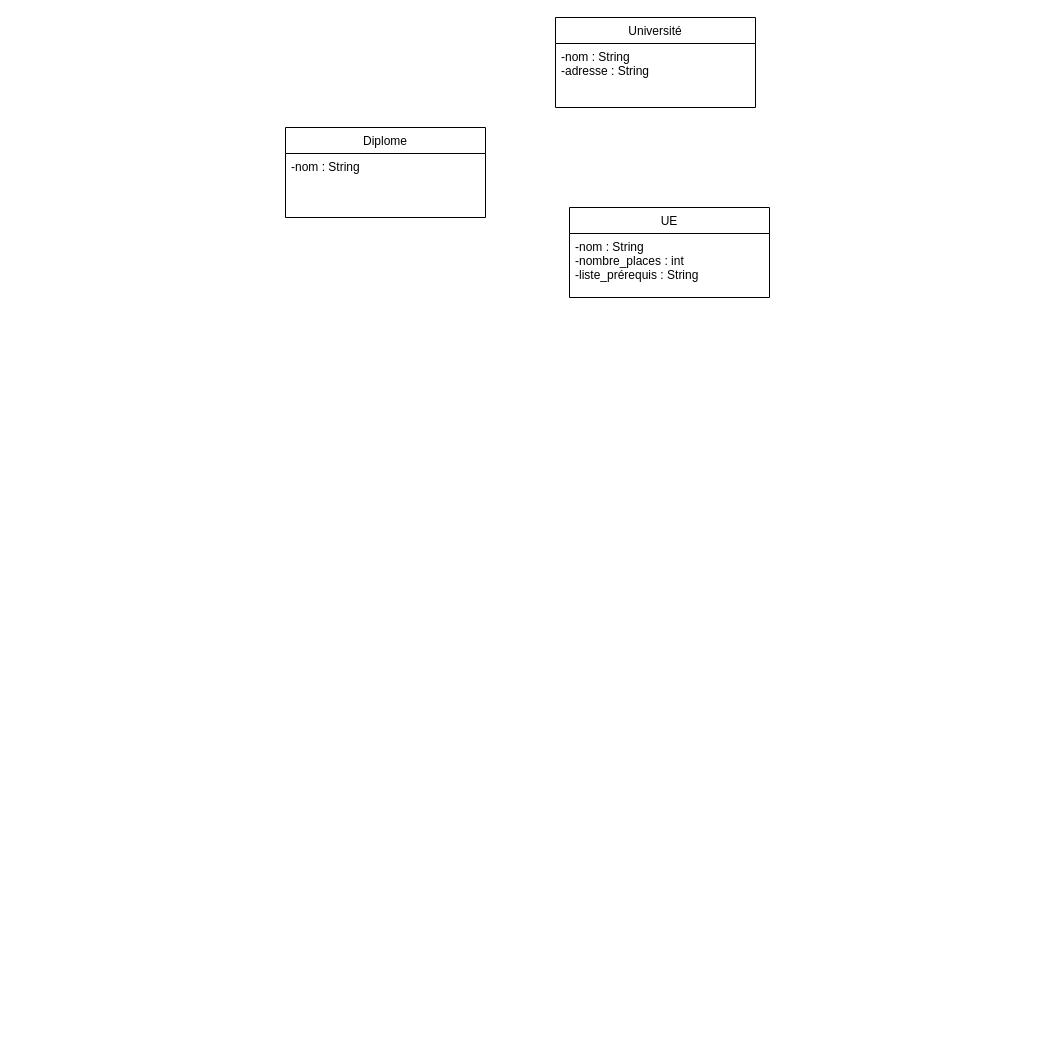
The draw.io diagram TD3_EXO2_conception.drawio in NicolasRbls/Diagramme, before the edit. Source tidied: cells renumbered, new cells numbered last; positions are measured from the earlier drawing's top-left corner, leaving out a move shared by most shapes. Both pictures are drawn from the tidied source at 100%, with x=0, y=0 at pixel (285, 17).
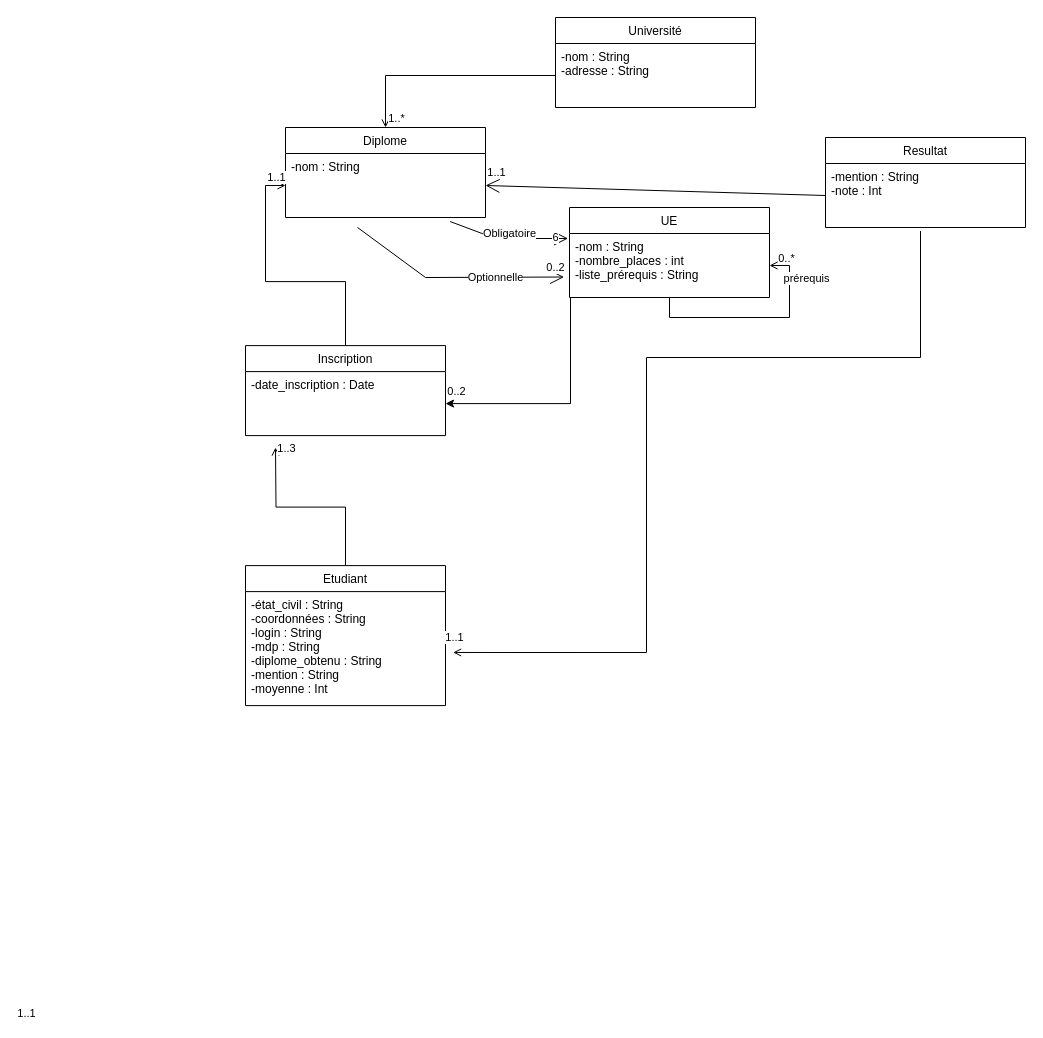
Above is the later version.

Commit message (it also covers changes not shown here):
Mettre à jour TD3_EXO2_conception.drawio

The change refers to these unchanged cells:
```xml
<mxCell id="2" value="UE" style="swimlane;fontStyle=0;align=center;verticalAlign=top;horizontal=1;startSize=26;rounded=0;shadow=0;strokeWidth=1;" parent="1" vertex="1">
  <mxGeometry x="284" y="190" width="200" height="90" as="geometry" />
</mxCell>
<mxCell id="3" value="-nom : String&#10;-nombre_places : int&#10;-liste_prérequis : String" style="text;align=left;verticalAlign=top;spacingLeft=4;spacingRight=4;overflow=hidden;points=[[0,0.5],[1,0.5]];portConstraint=eastwest;" parent="2" vertex="1">
  <mxGeometry y="26" width="200" height="64" as="geometry" />
</mxCell>
<mxCell id="5" value="-nom : String&#10;-adresse : String " style="text;align=left;verticalAlign=top;spacingLeft=4;spacingRight=4;overflow=hidden;points=[[0,0.5],[1,0.5]];portConstraint=eastwest;" parent="4" vertex="1">
  <mxGeometry y="26" width="200" height="64" as="geometry" />
</mxCell>
<mxCell id="6" value="Diplome" style="swimlane;fontStyle=0;align=center;verticalAlign=top;horizontal=1;startSize=26;rounded=0;shadow=0;strokeWidth=1;" parent="1" vertex="1">
  <mxGeometry y="110" width="200" height="90" as="geometry" />
</mxCell>
<mxCell id="7" value="-nom : String" style="text;align=left;verticalAlign=top;spacingLeft=4;spacingRight=4;overflow=hidden;points=[[0,0.5],[1,0.5]];portConstraint=eastwest;" parent="6" vertex="1">
  <mxGeometry y="26" width="200" height="64" as="geometry" />
</mxCell>
```

Change to the diagram source:
```diff
@@
+    <mxCell id="8" style="edgeStyle=orthogonalEdgeStyle;rounded=0;jettySize=auto;html=1;entryX=1;entryY=0.5;entryDx=0;entryDy=0;exitX=0.005;exitY=1;exitDx=0;exitDy=0;exitPerimeter=0;" parent="1" edge="1" source="3" target="20">
+      <mxGeometry relative="1" as="geometry" />
+    </mxCell>
+    <mxCell id="9" value="0..2" style="edgeLabel;html=1;align=center;verticalAlign=middle;" parent="8" vertex="1">
+      <mxGeometry x="0.41" y="-1" relative="1" as="geometry">
+        <mxPoint x="-58" y="-12" as="offset" />
+      </mxGeometry>
+    </mxCell>
@@
+    <mxCell id="10" style="edgeStyle=orthogonalEdgeStyle;rounded=0;jettySize=auto;html=1;entryX=1;entryY=0.5;entryDx=0;entryDy=0;endArrow=open;endFill=0;" parent="2" edge="1" source="2" target="3">
+      <mxGeometry relative="1" as="geometry" />
+    </mxCell>
+    <mxCell id="11" value="prérequis" style="edgeLabel;html=1;align=center;verticalAlign=middle;" parent="10" vertex="1">
+      <mxGeometry x="0.38" y="3" relative="1" as="geometry">
+        <mxPoint x="19" y="-34" as="offset" />
+      </mxGeometry>
+    </mxCell>
+    <mxCell id="12" value="0..*" style="edgeLabel;html=1;align=center;verticalAlign=middle;" parent="10" vertex="1">
+      <mxGeometry x="0.64" y="-3" relative="1" as="geometry">
+        <mxPoint x="-7" y="-26" as="offset" />
+      </mxGeometry>
+    </mxCell>
@@
+    <mxCell id="13" style="edgeStyle=orthogonalEdgeStyle;rounded=0;jettySize=auto;html=1;endArrow=open;endFill=0;" parent="1" edge="1" source="15">
+      <mxGeometry relative="1" as="geometry">
+        <mxPoint x="-10" y="430" as="targetPoint" />
+      </mxGeometry>
+    </mxCell>
+    <mxCell id="14" value="1..3" style="edgeLabel;html=1;align=center;verticalAlign=middle;" parent="13" vertex="1">
+      <mxGeometry x="0.73" y="-4" relative="1" as="geometry">
+        <mxPoint x="6" y="-25" as="offset" />
+      </mxGeometry>
+    </mxCell>
+    <mxCell id="15" value="Etudiant" style="swimlane;fontStyle=0;align=center;verticalAlign=top;horizontal=1;startSize=26;rounded=0;shadow=0;strokeWidth=1;" parent="1" vertex="1">
+      <mxGeometry x="-40" y="548.1" width="200" height="140" as="geometry" />
+    </mxCell>
+    <mxCell id="16" value="-état_civil : String &#10;-coordonnées : String&#10;-login : String&#10;-mdp : String&#10;-diplome_obtenu : String&#10;-mention : String&#10;-moyenne : Int" style="text;align=left;verticalAlign=top;spacingLeft=4;spacingRight=4;overflow=hidden;points=[[0,0.5],[1,0.5]];portConstraint=eastwest;" parent="15" vertex="1">
+      <mxGeometry y="26" width="200" height="114" as="geometry" />
+    </mxCell>
+    <mxCell id="17" style="edgeStyle=orthogonalEdgeStyle;rounded=0;jettySize=auto;html=1;entryX=0;entryY=0.5;entryDx=0;entryDy=0;endArrow=open;endFill=0;" parent="1" edge="1" source="19" target="7">
+      <mxGeometry relative="1" as="geometry" />
+    </mxCell>
+    <mxCell id="18" value="1..1" style="edgeLabel;html=1;align=center;verticalAlign=middle;" parent="17" vertex="1">
+      <mxGeometry x="0.35" y="2" relative="1" as="geometry">
+        <mxPoint x="12" y="-73" as="offset" />
+      </mxGeometry>
+    </mxCell>
+    <mxCell id="19" value="Inscription" style="swimlane;fontStyle=0;align=center;verticalAlign=top;horizontal=1;startSize=26;rounded=0;shadow=0;strokeWidth=1;" parent="1" vertex="1">
+      <mxGeometry x="-40" y="328.1" width="200" height="90" as="geometry" />
+    </mxCell>
+    <mxCell id="20" value="-date_inscription : Date" style="text;align=left;verticalAlign=top;spacingLeft=4;spacingRight=4;overflow=hidden;points=[[0,0.5],[1,0.5]];portConstraint=eastwest;" parent="19" vertex="1">
+      <mxGeometry y="26" width="200" height="64" as="geometry" />
+    </mxCell>
+    <mxCell id="21" value="Resultat" style="swimlane;fontStyle=0;align=center;verticalAlign=top;horizontal=1;startSize=26;rounded=0;shadow=0;strokeWidth=1;" parent="1" vertex="1">
+      <mxGeometry x="540" y="120" width="200" height="90" as="geometry" />
+    </mxCell>
+    <mxCell id="22" value="-mention : String&#10;-note : Int" style="text;align=left;verticalAlign=top;spacingLeft=4;spacingRight=4;overflow=hidden;points=[[0,0.5],[1,0.5]];portConstraint=eastwest;" parent="21" vertex="1">
+      <mxGeometry y="26" width="200" height="64" as="geometry" />
+    </mxCell>
+    <mxCell id="23" style="edgeStyle=orthogonalEdgeStyle;rounded=0;jettySize=auto;html=1;entryX=0.5;entryY=0;entryDx=0;entryDy=0;endArrow=open;endFill=0;" parent="1" edge="1" source="5" target="6">
+      <mxGeometry relative="1" as="geometry" />
+    </mxCell>
+    <mxCell id="24" value="1..*" style="edgeLabel;html=1;align=center;verticalAlign=middle;" parent="23" vertex="1">
+      <mxGeometry x="-0.13" y="1" relative="1" as="geometry">
+        <mxPoint x="-63" y="41" as="offset" />
+      </mxGeometry>
+    </mxCell>
+    <mxCell id="25" style="endArrow=open;endFill=1;endSize=12;html=1;rounded=0;entryX=-0.007;entryY=0.078;entryDx=0;entryDy=0;entryPerimeter=0;exitX=0.823;exitY=1.063;exitDx=0;exitDy=0;exitPerimeter=0;" parent="1" edge="1" source="7" target="3">
+      <mxGeometry relative="1" as="geometry">
+        <Array as="points">
+          <mxPoint x="210" y="221" />
+        </Array>
+      </mxGeometry>
+    </mxCell>
+    <mxCell id="26" value="Obligatoire" style="edgeLabel;html=1;align=center;verticalAlign=middle;" parent="25" vertex="1">
+      <mxGeometry x="0.03" y="5" relative="1" as="geometry" />
+    </mxCell>
+    <mxCell id="27" value="6" style="edgeLabel;html=1;align=center;verticalAlign=middle;" parent="25" vertex="1">
+      <mxGeometry x="0.74" y="1" relative="1" as="geometry">
+        <mxPoint x="3" as="offset" />
+      </mxGeometry>
+    </mxCell>
+    <mxCell id="28" style="endArrow=open;endFill=1;endSize=12;html=1;rounded=0;entryX=-0.027;entryY=0.68;entryDx=0;entryDy=0;entryPerimeter=0;exitX=0.36;exitY=1.156;exitDx=0;exitDy=0;exitPerimeter=0;" parent="1" edge="1" source="7" target="3">
+      <mxGeometry relative="1" as="geometry">
+        <Array as="points">
+          <mxPoint x="140" y="260" />
+        </Array>
+      </mxGeometry>
+    </mxCell>
+    <mxCell id="29" value="Optionnelle" style="edgeLabel;html=1;align=center;verticalAlign=middle;" parent="28" vertex="1">
+      <mxGeometry x="0.06" y="-2" relative="1" as="geometry">
+        <mxPoint x="36" y="-2" as="offset" />
+      </mxGeometry>
+    </mxCell>
+    <mxCell id="30" value="0..2" style="edgeLabel;html=1;align=center;verticalAlign=middle;" parent="28" vertex="1">
+      <mxGeometry x="0.73" y="-2" relative="1" as="geometry">
+        <mxPoint x="21" y="-12" as="offset" />
+      </mxGeometry>
+    </mxCell>
+    <mxCell id="31" style="edgeStyle=orthogonalEdgeStyle;rounded=0;jettySize=auto;html=1;endArrow=open;endFill=0;exitX=0.475;exitY=1.055;exitDx=0;exitDy=0;exitPerimeter=0;entryX=1.038;entryY=0.534;entryDx=0;entryDy=0;entryPerimeter=0;" parent="1" edge="1" source="22" target="16">
+      <mxGeometry relative="1" as="geometry">
+        <Array as="points">
+          <mxPoint x="635" y="340" />
+          <mxPoint x="361" y="340" />
+          <mxPoint x="361" y="635" />
+        </Array>
+      </mxGeometry>
+    </mxCell>
+    <mxCell id="32" value="1..1" style="edgeLabel;html=1;align=center;verticalAlign=middle;" parent="31" vertex="1">
+      <mxGeometry x="0.91" y="1" relative="1" as="geometry">
+        <mxPoint x="-467" y="360" as="offset" />
+      </mxGeometry>
+    </mxCell>
+    <mxCell id="33" value="1..1" style="edgeLabel;html=1;align=center;verticalAlign=middle;" parent="31" vertex="1">
+      <mxGeometry x="0.85" y="-1" relative="1" as="geometry">
+        <mxPoint x="-66" y="-14" as="offset" />
+      </mxGeometry>
+    </mxCell>
+    <mxCell id="34" style="endArrow=open;endFill=1;endSize=12;html=1;rounded=0;entryX=1;entryY=0.5;entryDx=0;entryDy=0;exitX=0;exitY=0.5;exitDx=0;exitDy=0;" parent="1" edge="1" source="22" target="7">
+      <mxGeometry relative="1" as="geometry" />
+    </mxCell>
+    <mxCell id="35" value="1..1" style="edgeLabel;html=1;align=center;verticalAlign=middle;" parent="34" vertex="1">
+      <mxGeometry x="0.87" y="-2" relative="1" as="geometry">
+        <mxPoint x="-12" y="-12" as="offset" />
+      </mxGeometry>
+    </mxCell>
```
